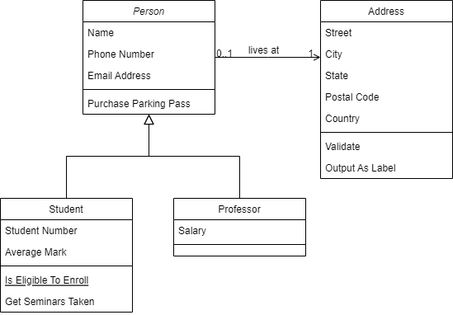
This is Başlıksız Diyagram.drawio.png from Ayse-nur23/nLayeredApp, a draw.io export, as it was before one commit. Source tidied: cells renumbered, new cells last; positions are measured from the earlier drawing's top-left corner, leaving out a move shared by most shapes. Source of this version:
```xml
<mxGraphModel>
  <root>
    <mxCell id="0" />
    <mxCell id="1" parent="0" />
    <mxCell id="2" value="Person" style="swimlane;fontStyle=2;align=center;verticalAlign=top;horizontal=1;startSize=26;rounded=0;shadow=0;strokeWidth=1;" parent="1" vertex="1">
      <mxGeometry x="100" width="160" height="138" as="geometry" />
    </mxCell>
    <mxCell id="3" value="Name" style="text;align=left;verticalAlign=top;spacingLeft=4;spacingRight=4;overflow=hidden;" parent="2" vertex="1">
      <mxGeometry y="26" width="160" height="26" as="geometry" />
    </mxCell>
    <mxCell id="4" value="Phone Number" style="text;align=left;verticalAlign=top;spacingLeft=4;spacingRight=4;overflow=hidden;rounded=0;shadow=0;html=0;" parent="2" vertex="1">
      <mxGeometry y="52" width="160" height="26" as="geometry" />
    </mxCell>
    <mxCell id="5" value="Email Address" style="text;align=left;verticalAlign=top;spacingLeft=4;spacingRight=4;overflow=hidden;rounded=0;shadow=0;html=0;" parent="2" vertex="1">
      <mxGeometry y="78" width="160" height="26" as="geometry" />
    </mxCell>
    <mxCell id="6" style="line;html=1;strokeWidth=1;align=left;verticalAlign=middle;spacingTop=-1;spacingLeft=3;spacingRight=3;labelPosition=right;" parent="2" vertex="1">
      <mxGeometry y="104" width="160" height="8" as="geometry" />
    </mxCell>
    <mxCell id="7" value="Purchase Parking Pass" style="text;align=left;verticalAlign=top;spacingLeft=4;spacingRight=4;overflow=hidden;" parent="2" vertex="1">
      <mxGeometry y="112" width="160" height="26" as="geometry" />
    </mxCell>
    <mxCell id="8" value="Student" style="swimlane;fontStyle=0;align=center;verticalAlign=top;horizontal=1;startSize=26;rounded=0;shadow=0;strokeWidth=1;" parent="1" vertex="1">
      <mxGeometry y="240" width="160" height="138" as="geometry" />
    </mxCell>
    <mxCell id="9" value="Student Number" style="text;align=left;verticalAlign=top;spacingLeft=4;spacingRight=4;overflow=hidden;" parent="8" vertex="1">
      <mxGeometry y="26" width="160" height="26" as="geometry" />
    </mxCell>
    <mxCell id="10" value="Average Mark" style="text;align=left;verticalAlign=top;spacingLeft=4;spacingRight=4;overflow=hidden;rounded=0;shadow=0;html=0;" parent="8" vertex="1">
      <mxGeometry y="52" width="160" height="26" as="geometry" />
    </mxCell>
    <mxCell id="11" style="line;html=1;strokeWidth=1;align=left;verticalAlign=middle;spacingTop=-1;spacingLeft=3;spacingRight=3;labelPosition=right;" parent="8" vertex="1">
      <mxGeometry y="78" width="160" height="8" as="geometry" />
    </mxCell>
    <mxCell id="12" value="Is Eligible To Enroll" style="text;align=left;verticalAlign=top;spacingLeft=4;spacingRight=4;overflow=hidden;fontStyle=4;" parent="8" vertex="1">
      <mxGeometry y="86" width="160" height="26" as="geometry" />
    </mxCell>
    <mxCell id="13" value="Get Seminars Taken" style="text;align=left;verticalAlign=top;spacingLeft=4;spacingRight=4;overflow=hidden;" parent="8" vertex="1">
      <mxGeometry y="112" width="160" height="26" as="geometry" />
    </mxCell>
    <mxCell id="14" style="endArrow=block;endSize=10;endFill=0;shadow=0;strokeWidth=1;rounded=0;curved=0;edgeStyle=elbowEdgeStyle;elbow=vertical;" parent="1" edge="1" source="8" target="2">
      <mxGeometry relative="1" as="geometry" />
    </mxCell>
    <mxCell id="15" value="Professor" style="swimlane;fontStyle=0;align=center;verticalAlign=top;horizontal=1;startSize=26;rounded=0;shadow=0;strokeWidth=1;" parent="1" vertex="1">
      <mxGeometry x="210" y="240" width="160" height="70" as="geometry" />
    </mxCell>
    <mxCell id="16" value="Salary" style="text;align=left;verticalAlign=top;spacingLeft=4;spacingRight=4;overflow=hidden;" parent="15" vertex="1">
      <mxGeometry y="26" width="160" height="26" as="geometry" />
    </mxCell>
    <mxCell id="17" style="line;html=1;strokeWidth=1;align=left;verticalAlign=middle;spacingTop=-1;spacingLeft=3;spacingRight=3;labelPosition=right;" parent="15" vertex="1">
      <mxGeometry y="52" width="160" height="8" as="geometry" />
    </mxCell>
    <mxCell id="18" style="endArrow=block;endSize=10;endFill=0;shadow=0;strokeWidth=1;rounded=0;curved=0;edgeStyle=elbowEdgeStyle;elbow=vertical;" parent="1" edge="1" source="15" target="2">
      <mxGeometry relative="1" as="geometry" />
    </mxCell>
    <mxCell id="19" value="Address" style="swimlane;fontStyle=0;align=center;verticalAlign=top;horizontal=1;startSize=26;rounded=0;shadow=0;strokeWidth=1;" parent="1" vertex="1">
      <mxGeometry x="388" width="160" height="216" as="geometry" />
    </mxCell>
    <mxCell id="20" value="Street" style="text;align=left;verticalAlign=top;spacingLeft=4;spacingRight=4;overflow=hidden;" parent="19" vertex="1">
      <mxGeometry y="26" width="160" height="26" as="geometry" />
    </mxCell>
    <mxCell id="21" value="City" style="text;align=left;verticalAlign=top;spacingLeft=4;spacingRight=4;overflow=hidden;rounded=0;shadow=0;html=0;" parent="19" vertex="1">
      <mxGeometry y="52" width="160" height="26" as="geometry" />
    </mxCell>
    <mxCell id="22" value="State" style="text;align=left;verticalAlign=top;spacingLeft=4;spacingRight=4;overflow=hidden;rounded=0;shadow=0;html=0;" parent="19" vertex="1">
      <mxGeometry y="78" width="160" height="26" as="geometry" />
    </mxCell>
    <mxCell id="23" value="Postal Code" style="text;align=left;verticalAlign=top;spacingLeft=4;spacingRight=4;overflow=hidden;rounded=0;shadow=0;html=0;" parent="19" vertex="1">
      <mxGeometry y="104" width="160" height="26" as="geometry" />
    </mxCell>
    <mxCell id="24" value="Country" style="text;align=left;verticalAlign=top;spacingLeft=4;spacingRight=4;overflow=hidden;rounded=0;shadow=0;html=0;" parent="19" vertex="1">
      <mxGeometry y="130" width="160" height="26" as="geometry" />
    </mxCell>
    <mxCell id="25" style="line;html=1;strokeWidth=1;align=left;verticalAlign=middle;spacingTop=-1;spacingLeft=3;spacingRight=3;labelPosition=right;" parent="19" vertex="1">
      <mxGeometry y="156" width="160" height="8" as="geometry" />
    </mxCell>
    <mxCell id="26" value="Validate" style="text;align=left;verticalAlign=top;spacingLeft=4;spacingRight=4;overflow=hidden;" parent="19" vertex="1">
      <mxGeometry y="164" width="160" height="26" as="geometry" />
    </mxCell>
    <mxCell id="27" value="Output As Label" style="text;align=left;verticalAlign=top;spacingLeft=4;spacingRight=4;overflow=hidden;" parent="19" vertex="1">
      <mxGeometry y="190" width="160" height="26" as="geometry" />
    </mxCell>
    <mxCell id="28" style="endArrow=open;shadow=0;strokeWidth=1;rounded=0;curved=0;endFill=1;edgeStyle=elbowEdgeStyle;elbow=vertical;" parent="1" edge="1" source="2" target="19">
      <mxGeometry x="0.5" y="41" relative="1" as="geometry">
        <mxPoint x="-40" y="32" as="offset" />
      </mxGeometry>
    </mxCell>
    <mxCell id="29" value="0..1" style="align=left;verticalAlign=bottom;labelBackgroundColor=none;fontSize=12;" parent="28" vertex="1">
      <mxGeometry x="-1" relative="1" as="geometry">
        <mxPoint y="4" as="offset" />
      </mxGeometry>
    </mxCell>
    <mxCell id="30" value="1" style="align=right;verticalAlign=bottom;labelBackgroundColor=none;fontSize=12;" parent="28" vertex="1">
      <mxGeometry x="1" relative="1" as="geometry">
        <mxPoint x="-7" y="4" as="offset" />
      </mxGeometry>
    </mxCell>
    <mxCell id="31" value="lives at" style="text;html=1;align=center;verticalAlign=middle;labelBackgroundColor=none;rounded=0;shadow=0;strokeWidth=1;fontSize=12;" parent="28" vertex="1">
      <mxGeometry x="0.5" y="49" relative="1" as="geometry">
        <mxPoint x="-38" y="40" as="offset" />
      </mxGeometry>
    </mxCell>
  </root>
</mxGraphModel>
```
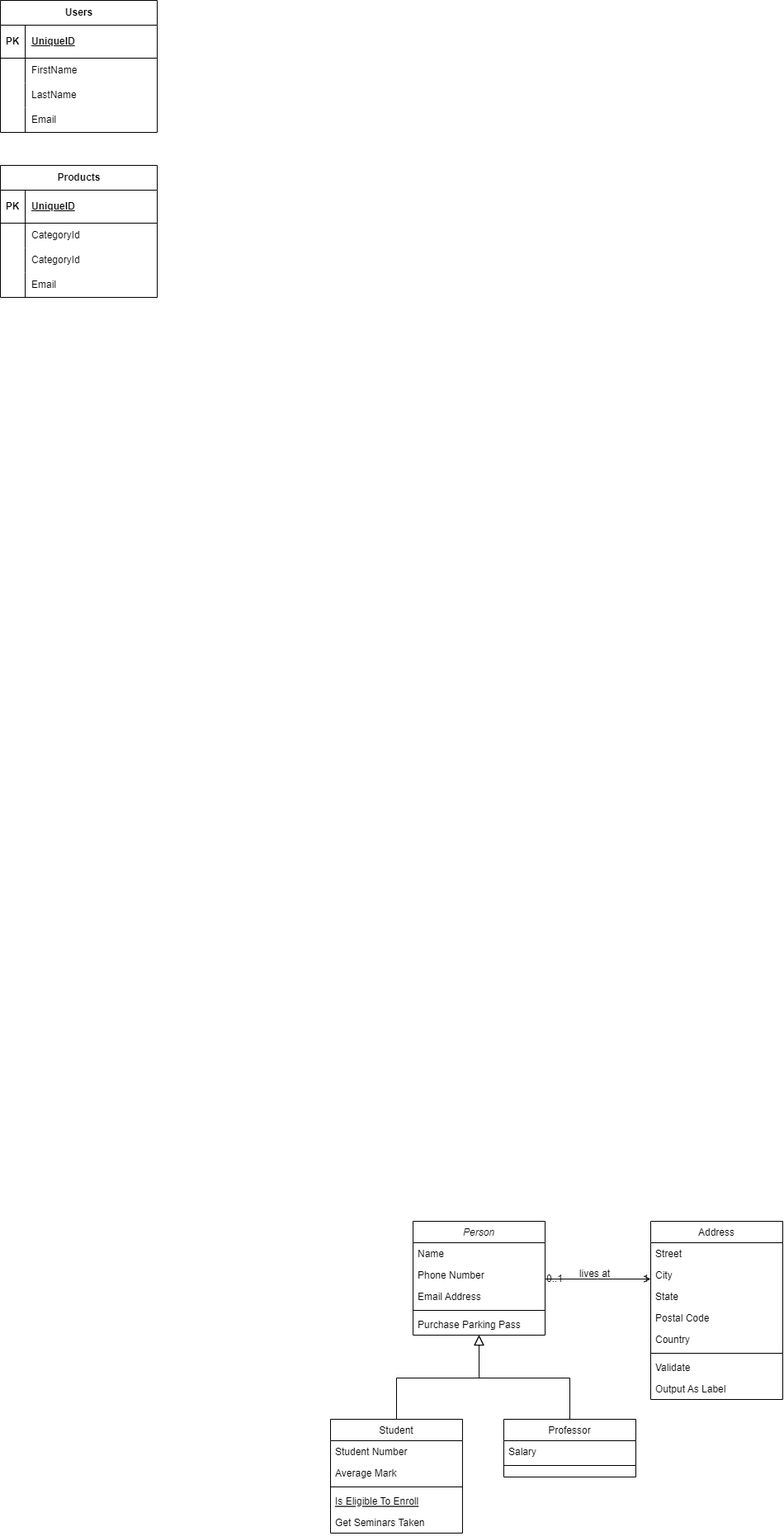
Later version of the same file.

The edit, as a diff of the source:
```diff
@@ -100,5 +100,83 @@
         <mxPoint x="-38" y="40" as="offset" />
       </mxGeometry>
     </mxCell>
+    <mxCell id="32" value="Users" style="shape=table;startSize=30;rowLines=0;fontStyle=1;align=center;html=1;" parent="1" vertex="1">
+      <mxGeometry x="-400" y="-1480" width="190" height="160" as="geometry" />
+    </mxCell>
+    <mxCell id="33" style="shape=tableRow;horizontal=0;startSize=0;swimlaneHead=0;swimlaneBody=0;fillColor=none;top=0;left=0;right=0;bottom=1;" parent="32" vertex="1">
+      <mxGeometry y="30" width="190" height="40" as="geometry" />
+    </mxCell>
+    <mxCell id="34" value="PK" style="shape=partialRectangle;fillColor=none;top=0;left=0;bottom=0;right=0;fontStyle=1;overflow=hidden;whiteSpace=wrap;html=1;" parent="33" vertex="1">
+      <mxGeometry width="30" height="40" as="geometry" />
+    </mxCell>
+    <mxCell id="35" value="UniqueID" style="shape=partialRectangle;fillColor=none;top=0;left=0;bottom=0;right=0;align=left;spacingLeft=6;fontStyle=5;overflow=hidden;whiteSpace=wrap;html=1;" parent="33" vertex="1">
+      <mxGeometry x="30" width="160" height="40" as="geometry" />
+    </mxCell>
+    <mxCell id="36" style="shape=tableRow;horizontal=0;startSize=0;swimlaneHead=0;swimlaneBody=0;fillColor=none;top=0;left=0;right=0;bottom=0;" parent="32" vertex="1">
+      <mxGeometry y="70" width="190" height="30" as="geometry" />
+    </mxCell>
+    <mxCell id="37" style="shape=partialRectangle;fillColor=none;top=0;left=0;bottom=0;right=0;overflow=hidden;whiteSpace=wrap;html=1;" parent="36" vertex="1">
+      <mxGeometry width="30" height="30" as="geometry" />
+    </mxCell>
+    <mxCell id="38" value="FirstName" style="shape=partialRectangle;fillColor=none;top=0;left=0;bottom=0;right=0;align=left;spacingLeft=6;overflow=hidden;whiteSpace=wrap;html=1;" parent="36" vertex="1">
+      <mxGeometry x="30" width="160" height="30" as="geometry" />
+    </mxCell>
+    <mxCell id="39" style="shape=tableRow;horizontal=0;startSize=0;swimlaneHead=0;swimlaneBody=0;fillColor=none;top=0;left=0;right=0;bottom=0;" parent="32" vertex="1">
+      <mxGeometry y="100" width="190" height="30" as="geometry" />
+    </mxCell>
+    <mxCell id="40" style="shape=partialRectangle;fillColor=none;top=0;left=0;bottom=0;right=0;overflow=hidden;whiteSpace=wrap;html=1;" parent="39" vertex="1">
+      <mxGeometry width="30" height="30" as="geometry" />
+    </mxCell>
+    <mxCell id="41" value="LastName" style="shape=partialRectangle;fillColor=none;top=0;left=0;bottom=0;right=0;align=left;spacingLeft=6;overflow=hidden;whiteSpace=wrap;html=1;" parent="39" vertex="1">
+      <mxGeometry x="30" width="160" height="30" as="geometry" />
+    </mxCell>
+    <mxCell id="42" style="shape=tableRow;horizontal=0;startSize=0;swimlaneHead=0;swimlaneBody=0;fillColor=none;top=0;left=0;right=0;bottom=0;" parent="32" vertex="1">
+      <mxGeometry y="130" width="190" height="30" as="geometry" />
+    </mxCell>
+    <mxCell id="43" style="shape=partialRectangle;fillColor=none;top=0;left=0;bottom=0;right=0;overflow=hidden;whiteSpace=wrap;html=1;" parent="42" vertex="1">
+      <mxGeometry width="30" height="30" as="geometry" />
+    </mxCell>
+    <mxCell id="44" value="Email" style="shape=partialRectangle;fillColor=none;top=0;left=0;bottom=0;right=0;align=left;spacingLeft=6;overflow=hidden;whiteSpace=wrap;html=1;" parent="42" vertex="1">
+      <mxGeometry x="30" width="160" height="30" as="geometry" />
+    </mxCell>
+    <mxCell id="45" value="Products" style="shape=table;startSize=30;rowLines=0;fontStyle=1;align=center;html=1;" parent="1" vertex="1">
+      <mxGeometry x="-400" y="-1280" width="190" height="160" as="geometry" />
+    </mxCell>
+    <mxCell id="46" style="shape=tableRow;horizontal=0;startSize=0;swimlaneHead=0;swimlaneBody=0;fillColor=none;top=0;left=0;right=0;bottom=1;" parent="45" vertex="1">
+      <mxGeometry y="30" width="190" height="40" as="geometry" />
+    </mxCell>
+    <mxCell id="47" value="PK" style="shape=partialRectangle;fillColor=none;top=0;left=0;bottom=0;right=0;fontStyle=1;overflow=hidden;whiteSpace=wrap;html=1;" parent="46" vertex="1">
+      <mxGeometry width="30" height="40" as="geometry" />
+    </mxCell>
+    <mxCell id="48" value="UniqueID" style="shape=partialRectangle;fillColor=none;top=0;left=0;bottom=0;right=0;align=left;spacingLeft=6;fontStyle=5;overflow=hidden;whiteSpace=wrap;html=1;" parent="46" vertex="1">
+      <mxGeometry x="30" width="160" height="40" as="geometry" />
+    </mxCell>
+    <mxCell id="49" style="shape=tableRow;horizontal=0;startSize=0;swimlaneHead=0;swimlaneBody=0;fillColor=none;top=0;left=0;right=0;bottom=0;" parent="45" vertex="1">
+      <mxGeometry y="70" width="190" height="30" as="geometry" />
+    </mxCell>
+    <mxCell id="50" style="shape=partialRectangle;fillColor=none;top=0;left=0;bottom=0;right=0;overflow=hidden;whiteSpace=wrap;html=1;" parent="49" vertex="1">
+      <mxGeometry width="30" height="30" as="geometry" />
+    </mxCell>
+    <mxCell id="51" value="CategoryId&amp;nbsp;" style="shape=partialRectangle;fillColor=none;top=0;left=0;bottom=0;right=0;align=left;spacingLeft=6;overflow=hidden;whiteSpace=wrap;html=1;" parent="49" vertex="1">
+      <mxGeometry x="30" width="160" height="30" as="geometry" />
+    </mxCell>
+    <mxCell id="52" style="shape=tableRow;horizontal=0;startSize=0;swimlaneHead=0;swimlaneBody=0;fillColor=none;top=0;left=0;right=0;bottom=0;" parent="45" vertex="1">
+      <mxGeometry y="100" width="190" height="30" as="geometry" />
+    </mxCell>
+    <mxCell id="53" style="shape=partialRectangle;fillColor=none;top=0;left=0;bottom=0;right=0;overflow=hidden;whiteSpace=wrap;html=1;" parent="52" vertex="1">
+      <mxGeometry width="30" height="30" as="geometry" />
+    </mxCell>
+    <mxCell id="54" value="CategoryId&amp;nbsp;" style="shape=partialRectangle;fillColor=none;top=0;left=0;bottom=0;right=0;align=left;spacingLeft=6;overflow=hidden;whiteSpace=wrap;html=1;" parent="52" vertex="1">
+      <mxGeometry x="30" width="160" height="30" as="geometry" />
+    </mxCell>
+    <mxCell id="55" style="shape=tableRow;horizontal=0;startSize=0;swimlaneHead=0;swimlaneBody=0;fillColor=none;top=0;left=0;right=0;bottom=0;" parent="45" vertex="1">
+      <mxGeometry y="130" width="190" height="30" as="geometry" />
+    </mxCell>
+    <mxCell id="56" style="shape=partialRectangle;fillColor=none;top=0;left=0;bottom=0;right=0;overflow=hidden;whiteSpace=wrap;html=1;" parent="55" vertex="1">
+      <mxGeometry width="30" height="30" as="geometry" />
+    </mxCell>
+    <mxCell id="57" value="Email" style="shape=partialRectangle;fillColor=none;top=0;left=0;bottom=0;right=0;align=left;spacingLeft=6;overflow=hidden;whiteSpace=wrap;html=1;" parent="55" vertex="1">
+      <mxGeometry x="30" width="160" height="30" as="geometry" />
+    </mxCell>
   </root>
 </mxGraphModel>
```
